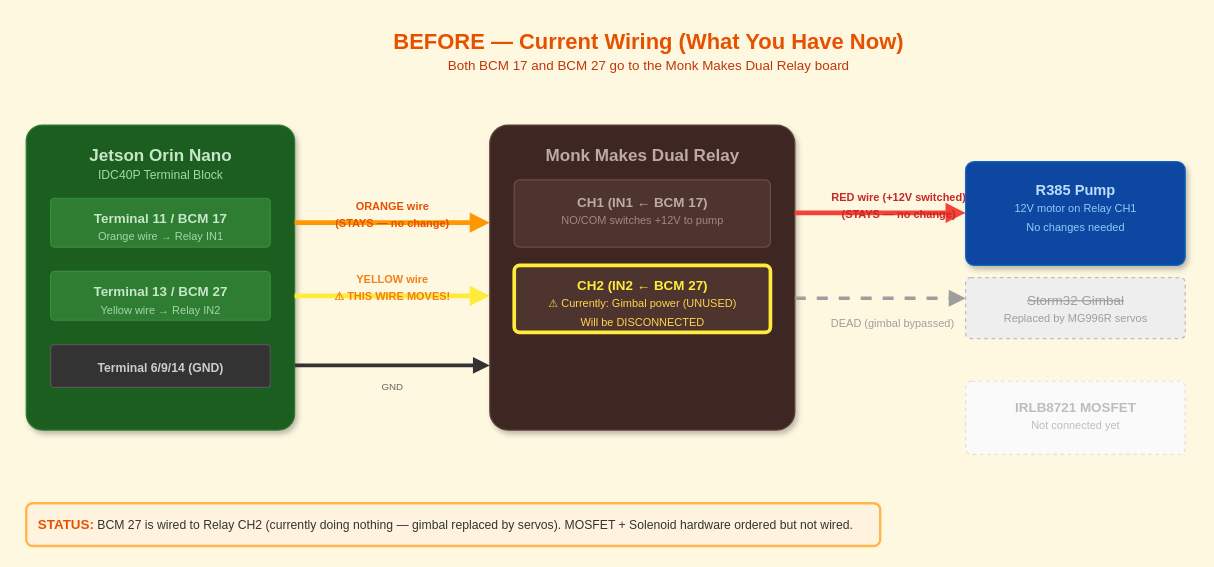
The draw.io diagram page "BEFORE — Current Wiring" (1 of 2) of diagrams/eco004_wiring_migration.drawio in main-salman/dropMosquitoes, before the edit. Source tidied: cells renumbered, new cells numbered last; positions are measured from the earlier drawing's top-left corner, leaving out a move shared by most shapes. Both pictures are drawn from the tidied source at 122%, with x=0, y=0 at pixel (26, 21).
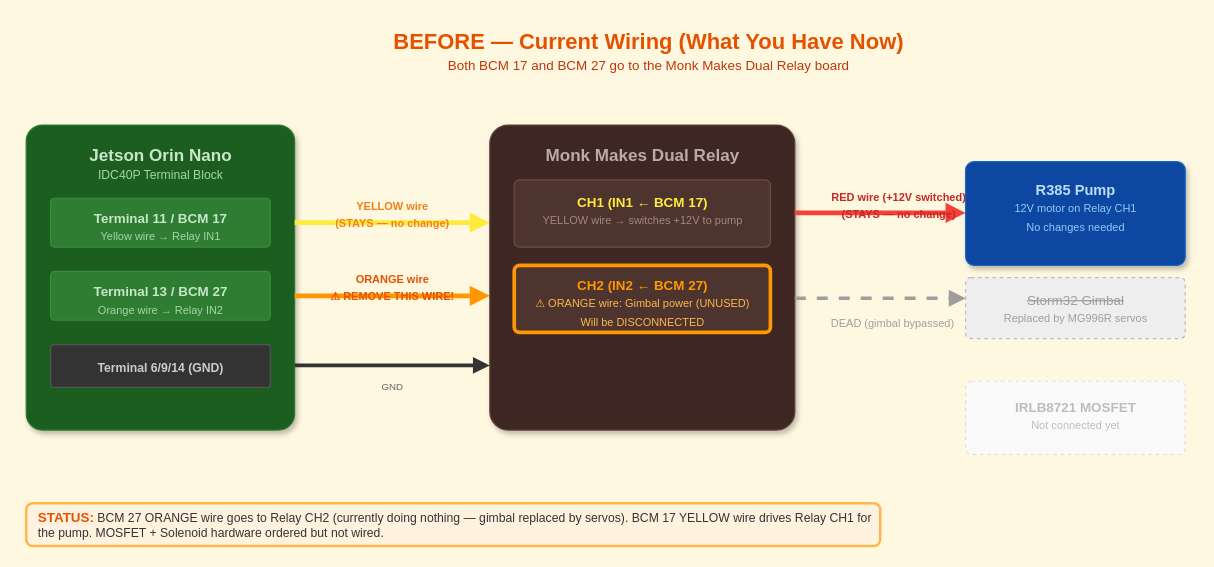
The same diagram, later.

Commit message (it also covers changes not shown here):
fix(diagrams): Correct wire colors in migration guide

Yellow wire = BCM 17 → Relay CH1 → Pump (STAYS, no change)
Orange wire = BCM 27 → Relay CH2 → Gimbal (REMOVE from Terminal 13)
Green wire = NEW, Terminal 13 (BCM 27) → MOSFET Gate

Diff of the diagram source:
```diff
@@
-    <mxCell id="6" value="&lt;b style='color:#C8E6C9;font-size:11px'&gt;Terminal 11 / BCM 17&lt;/b&gt;&lt;br&gt;&lt;span style='color:#A5D6A7;font-size:9px'&gt;Orange wire → Relay IN1&lt;/span&gt;" style="text;html=1;align=center;" parent="1" vertex="1">
+    <mxCell id="6" value="&lt;b style='color:#C8E6C9;font-size:11px'&gt;Terminal 11 / BCM 17&lt;/b&gt;&lt;br&gt;&lt;span style='color:#A5D6A7;font-size:9px'&gt;Yellow wire → Relay IN1&lt;/span&gt;" style="text;html=1;align=center;" parent="1" vertex="1">
       <mxGeometry x="25" y="148" width="170" height="30" as="geometry" />
     </mxCell>
@@
-    <mxCell id="8" value="&lt;b style='color:#C8E6C9;font-size:11px'&gt;Terminal 13 / BCM 27&lt;/b&gt;&lt;br&gt;&lt;span style='color:#A5D6A7;font-size:9px'&gt;Yellow wire → Relay IN2&lt;/span&gt;" style="text;html=1;align=center;" parent="1" vertex="1">
+    <mxCell id="8" value="&lt;b style='color:#C8E6C9;font-size:11px'&gt;Terminal 13 / BCM 27&lt;/b&gt;&lt;br&gt;&lt;span style='color:#A5D6A7;font-size:9px'&gt;Orange wire → Relay IN2&lt;/span&gt;" style="text;html=1;align=center;" parent="1" vertex="1">
       <mxGeometry x="25" y="208" width="170" height="30" as="geometry" />
     </mxCell>
@@
-    <mxCell id="11" style="endArrow=block;endFill=1;strokeColor=#FF9800;strokeWidth=4;rounded=1;" parent="1" edge="1">
+    <mxCell id="11" style="endArrow=block;endFill=1;strokeColor=#FFEB3B;strokeWidth=4;rounded=1;" parent="1" edge="1">
       <mxGeometry relative="1" as="geometry">
         <mxPoint x="220" y="165" as="sourcePoint" />
         <mxPoint x="380" y="165" as="targetPoint" />
       </mxGeometry>
     </mxCell>
-    <mxCell id="12" value="&lt;b style='font-size:9px;color:#E65100'&gt;ORANGE wire&lt;br&gt;(STAYS — no change)&lt;/b&gt;" style="text;html=1;align=center;" parent="1" vertex="1">
+    <mxCell id="12" value="&lt;b style='font-size:9px;color:#F57F17'&gt;YELLOW wire&lt;br&gt;(STAYS — no change)&lt;/b&gt;" style="text;html=1;align=center;" parent="1" vertex="1">
       <mxGeometry x="240" y="137" width="120" height="25" as="geometry" />
     </mxCell>
-    <mxCell id="13" style="endArrow=block;endFill=1;strokeColor=#FFEB3B;strokeWidth=4;rounded=1;dashed=0;" parent="1" edge="1">
+    <mxCell id="13" style="endArrow=block;endFill=1;strokeColor=#FF9800;strokeWidth=4;rounded=1;" parent="1" edge="1">
       <mxGeometry relative="1" as="geometry">
         <mxPoint x="220" y="225" as="sourcePoint" />
         <mxPoint x="380" y="225" as="targetPoint" />
       </mxGeometry>
     </mxCell>
-    <mxCell id="14" value="&lt;b style='font-size:9px;color:#F57F17'&gt;YELLOW wire&lt;br&gt;⚠ THIS WIRE MOVES!&lt;/b&gt;" style="text;html=1;align=center;" parent="1" vertex="1">
+    <mxCell id="14" value="&lt;b style='font-size:9px;color:#E65100'&gt;ORANGE wire&lt;br&gt;⚠ REMOVE THIS WIRE!&lt;/b&gt;" style="text;html=1;align=center;" parent="1" vertex="1">
       <mxGeometry x="240" y="197" width="120" height="25" as="geometry" />
     </mxCell>
@@
-    <mxCell id="20" value="&lt;b style='color:#BCAAA4;font-size:11px'&gt;CH1 (IN1 ← BCM 17)&lt;/b&gt;&lt;br&gt;&lt;span style='color:#A1887F;font-size:9px'&gt;NO/COM switches +12V to pump&lt;/span&gt;" style="text;html=1;align=center;" parent="1" vertex="1">
+    <mxCell id="20" value="&lt;b style='color:#FFEB3B;font-size:11px'&gt;CH1 (IN1 ← BCM 17)&lt;/b&gt;&lt;br&gt;&lt;span style='color:#A1887F;font-size:9px'&gt;YELLOW wire → switches +12V to pump&lt;/span&gt;" style="text;html=1;align=center;" parent="1" vertex="1">
       <mxGeometry x="405" y="135" width="200" height="35" as="geometry" />
     </mxCell>
-    <mxCell id="21" style="rounded=1;fillColor=#4E342E;strokeColor=#FFEB3B;arcSize=8;strokeWidth=3;" parent="1" vertex="1">
+    <mxCell id="21" style="rounded=1;fillColor=#4E342E;strokeColor=#FF9800;arcSize=8;strokeWidth=3;" parent="1" vertex="1">
       <mxGeometry x="400" y="200" width="210" height="55" as="geometry" />
     </mxCell>
-    <mxCell id="22" value="&lt;b style='color:#FFEB3B;font-size:11px'&gt;CH2 (IN2 ← BCM 27)&lt;/b&gt;&lt;br&gt;&lt;span style='color:#FFD54F;font-size:9px'&gt;⚠ Currently: Gimbal power (UNUSED)&lt;br&gt;Will be DISCONNECTED&lt;/span&gt;" style="text;html=1;align=center;" parent="1" vertex="1">
+    <mxCell id="22" value="&lt;b style='color:#FF9800;font-size:11px'&gt;CH2 (IN2 ← BCM 27)&lt;/b&gt;&lt;br&gt;&lt;span style='color:#FFB74D;font-size:9px'&gt;⚠ ORANGE wire: Gimbal power (UNUSED)&lt;br&gt;Will be DISCONNECTED&lt;/span&gt;" style="text;html=1;align=center;" parent="1" vertex="1">
       <mxGeometry x="405" y="203" width="200" height="42" as="geometry" />
     </mxCell>
@@
-    <mxCell id="33" value="&lt;b style='color:#E65100;font-size:11px'&gt;STATUS:&lt;/b&gt; BCM 27 is wired to Relay CH2 (currently doing nothing — gimbal replaced by servos). MOSFET + Solenoid hardware ordered but not wired." style="rounded=1;whiteSpace=wrap;html=1;fillColor=#FFF3E0;strokeColor=#FFB74D;fontColor=#333;fontSize=10;strokeWidth=2;align=left;spacingLeft=8;" parent="1" vertex="1">
+    <mxCell id="33" value="&lt;b style='color:#E65100;font-size:11px'&gt;STATUS:&lt;/b&gt; BCM 27 ORANGE wire goes to Relay CH2 (currently doing nothing — gimbal replaced by servos). BCM 17 YELLOW wire drives Relay CH1 for the pump. MOSFET + Solenoid hardware ordered but not wired." style="rounded=1;whiteSpace=wrap;html=1;fillColor=#FFF3E0;strokeColor=#FFB74D;fontColor=#333;fontSize=10;strokeWidth=2;align=left;spacingLeft=8;" parent="1" vertex="1">
       <mxGeometry y="395" width="700" height="35" as="geometry" />
     </mxCell>
```
